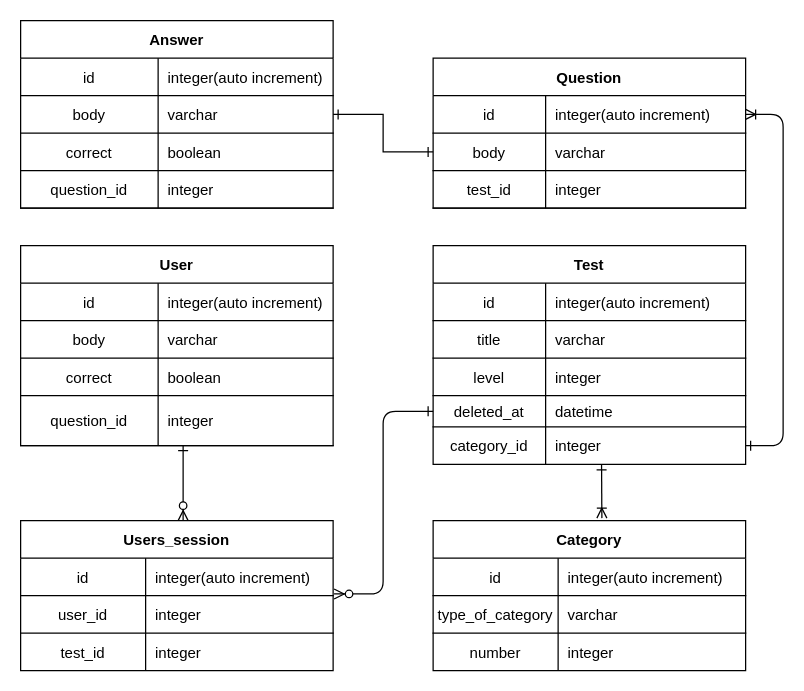
Above: Copy of Untitled Diagram.drawio in Yuliya-Kirich/thinknetika_base (draw.io), before the change. Source tidied: cells renumbered, new cells numbered last; positions are measured from the earlier drawing's top-left corner, leaving out a move shared by most shapes. Both pictures are drawn from the tidied source at 125%, with x=0, y=0 at pixel (20, 20).
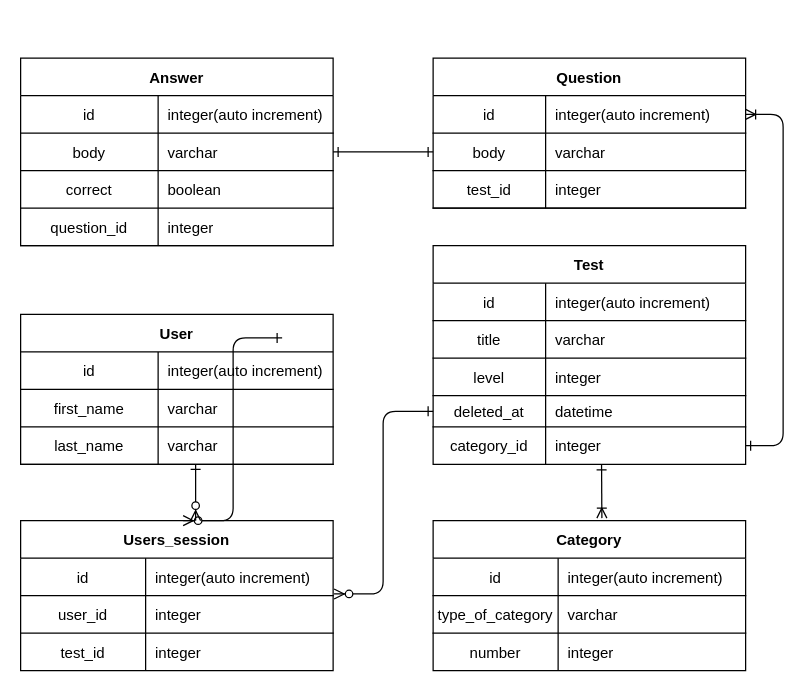
The same diagram, later.

The change refers to these unchanged cells:
```xml
<mxCell id="58" style="shape=partialRectangle;fillColor=none;top=0;left=0;right=0;bottom=1;" parent="54" vertex="1">
  <mxGeometry y="60" width="250" height="30" as="geometry" />
</mxCell>
<mxCell id="61" style="shape=partialRectangle;fillColor=none;points=[[0,0.5],[1,0.5]];portConstraint=eastwest;top=0;left=0;right=0;bottom=1;" parent="54" vertex="1">
  <mxGeometry y="90" width="250" height="30" as="geometry" />
</mxCell>
```

Diff of the diagram source:
```diff
@@
     <mxCell id="29" value="Answer" style="shape=table;startSize=30;childLayout=tableLayout;rowLines=0;fontStyle=1;align=center;" parent="1" vertex="1">
-      <mxGeometry width="250" height="150" as="geometry" />
+      <mxGeometry y="30" width="250" height="150" as="geometry" />
     </mxCell>
@@
     <mxCell id="54" value="User" style="shape=table;startSize=30;childLayout=tableLayout;rowLines=0;fontStyle=1;align=center;" parent="1" vertex="1">
-      <mxGeometry y="180" width="250" height="160" as="geometry" />
+      <mxGeometry y="235" width="250" height="120" as="geometry" />
     </mxCell>
@@
-    <mxCell id="59" value="body" style="shape=partialRectangle;overflow=hidden;fillColor=none;top=0;left=0;bottom=0;right=0;fontStyle=0;" parent="58" vertex="1">
+    <mxCell id="59" value="first_name" style="shape=partialRectangle;overflow=hidden;fillColor=none;top=0;left=0;bottom=0;right=0;fontStyle=0;" parent="58" vertex="1">
       <mxGeometry width="110" height="30" as="geometry" />
     </mxCell>
@@
-    <mxCell id="62" value="correct" style="shape=partialRectangle;overflow=hidden;fillColor=none;top=0;left=0;bottom=0;right=0;fontStyle=0;" parent="61" vertex="1">
+    <mxCell id="62" value="last_name" style="shape=partialRectangle;overflow=hidden;fillColor=none;top=0;left=0;bottom=0;right=0;fontStyle=0;" parent="61" vertex="1">
       <mxGeometry width="110" height="30" as="geometry" />
     </mxCell>
-    <mxCell id="63" value="boolean" style="shape=partialRectangle;overflow=hidden;fillColor=none;top=0;left=0;bottom=0;right=0;align=left;spacingLeft=6;fontStyle=0;" parent="61" vertex="1">
+    <mxCell id="63" value="varchar" style="shape=partialRectangle;overflow=hidden;fillColor=none;top=0;left=0;bottom=0;right=0;align=left;spacingLeft=6;fontStyle=0;" parent="61" vertex="1">
       <mxGeometry x="110" width="140" height="30" as="geometry" />
     </mxCell>
-    <mxCell id="64" style="shape=partialRectangle;fillColor=none;points=[[0,0.5],[1,0.5]];portConstraint=eastwest;top=0;left=0;right=0;bottom=1;" parent="54" vertex="1">
-      <mxGeometry y="120" width="250" height="40" as="geometry" />
-    </mxCell>
-    <mxCell id="65" value="question_id" style="shape=partialRectangle;overflow=hidden;fillColor=none;top=0;left=0;bottom=0;right=0;fontStyle=0;" parent="64" vertex="1">
-      <mxGeometry width="110" height="40" as="geometry" />
-    </mxCell>
-    <mxCell id="66" value="integer" style="shape=partialRectangle;overflow=hidden;fillColor=none;top=0;left=0;bottom=0;right=0;align=left;spacingLeft=6;fontStyle=0;" parent="64" vertex="1">
-      <mxGeometry x="110" width="140" height="40" as="geometry" />
-    </mxCell>
@@
-    <mxCell id="78" style="endArrow=ERone;startArrow=ERzeroToMany;endFill=0;startFill=1;edgeStyle=elbowEdgeStyle;" parent="1" edge="1" target="64">
+    <mxCell id="78" style="endArrow=ERone;startArrow=ERzeroToMany;endFill=0;startFill=1;edgeStyle=elbowEdgeStyle;" parent="1" edge="1">
       <mxGeometry relative="1" as="geometry">
         <mxPoint x="130" y="400" as="sourcePoint" />
+        <mxPoint x="209.2" y="253.8" as="targetPoint" />
       </mxGeometry>
     </mxCell>
+    <mxCell id="79" style="endArrow=ERone;startArrow=ERzeroToMany;endFill=0;startFill=1;edgeStyle=elbowEdgeStyle;" parent="1" edge="1" target="61">
+      <mxGeometry relative="1" as="geometry">
+        <mxPoint x="140" y="400" as="sourcePoint" />
+      </mxGeometry>
+    </mxCell>
```
